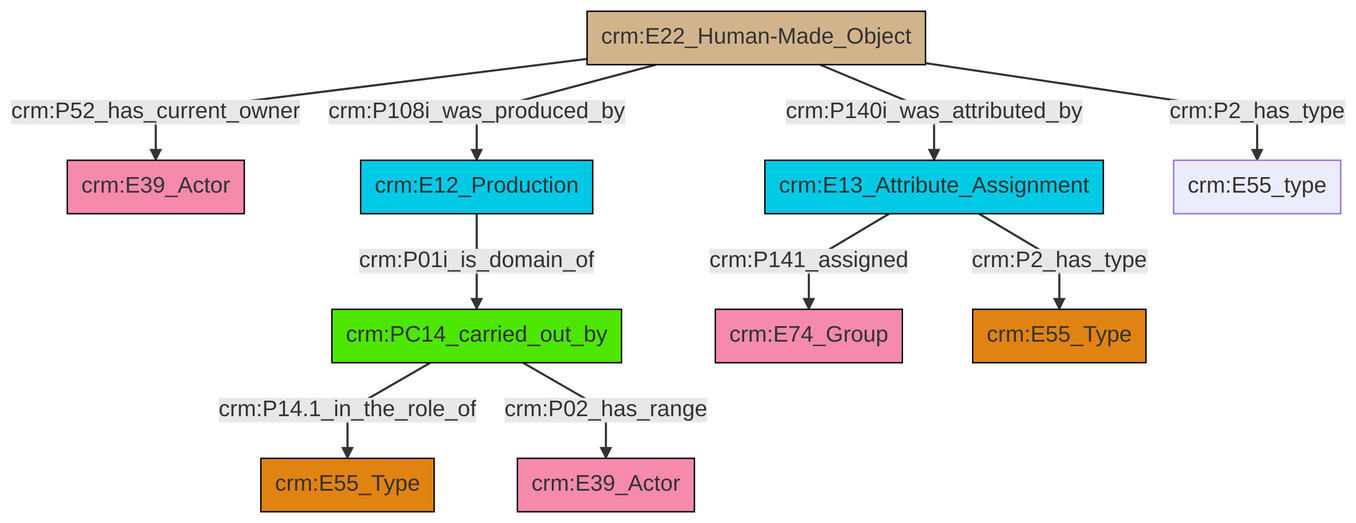
Earlier version of the Mermaid export et/builtWorkCSV/ttl/mmd/png/Built_Work_actor_relations.png (swiss-art-research-net/reference-data-models). Its source is kept beside it as et/builtWorkCSV/ttl/mmd/Built_Work_actor_relations.ttl.mmd.
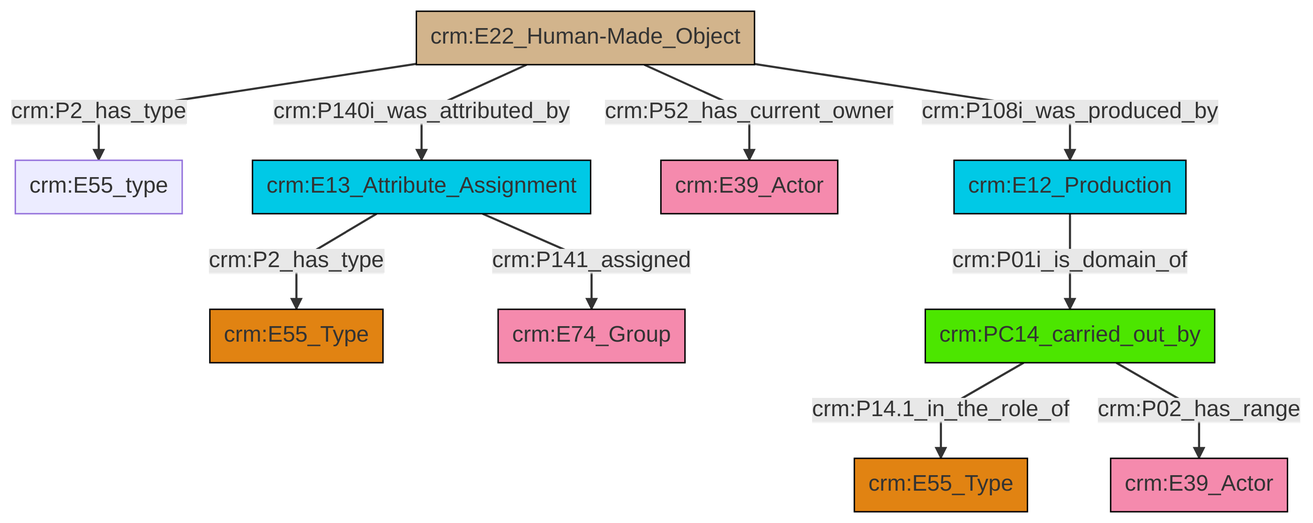
The same diagram one commit later.

What changed in the source:
```diff
@@ -13,12 +13,12 @@
 classDef PC_Classes fill:#4ce600, stroke:#000000;
 classDef Multi fill:#cccccc,stroke:#000000;
 
-0["crm:E22_Human-Made_Object"]:::Physical_Thing -->|crm:P52_has_current_owner| 1["crm:E39_Actor"]:::Actor
-2["crm:PC14_carried_out_by"]:::PC_Classes -->|crm:P14.1_in_the_role_of| 3["crm:E55_Type"]:::Type
-0["crm:E22_Human-Made_Object"]:::Physical_Thing -->|crm:P140i_was_attributed_by| 7["crm:E13_Attribute_Assignment"]:::Temporal_Entity
-7["crm:E13_Attribute_Assignment"]:::Temporal_Entity -->|crm:P141_assigned| 5["crm:E74_Group"]:::Actor
-0["crm:E22_Human-Made_Object"]:::Physical_Thing -->|crm:P108i_was_produced_by| 10["crm:E12_Production"]:::Temporal_Entity
-7["crm:E13_Attribute_Assignment"]:::Temporal_Entity -->|crm:P2_has_type| 14["crm:E55_Type"]:::Type
-0["crm:E22_Human-Made_Object"]:::Physical_Thing -->|crm:P2_has_type| 11["crm:E55_type"]:::Default
-2["crm:PC14_carried_out_by"]:::PC_Classes -->|crm:P02_has_range| 17["crm:E39_Actor"]:::Actor
-10["crm:E12_Production"]:::Temporal_Entity -->|crm:P01i_is_domain_of| 2["crm:PC14_carried_out_by"]:::PC_Classes
+2["crm:E22_Human-Made_Object"]:::Physical_Thing -->|crm:P2_has_type| 3["crm:E55_type"]:::Default
+2["crm:E22_Human-Made_Object"]:::Physical_Thing -->|crm:P140i_was_attributed_by| 4["crm:E13_Attribute_Assignment"]:::Temporal_Entity
+6["crm:PC14_carried_out_by"]:::PC_Classes -->|crm:P14.1_in_the_role_of| 7["crm:E55_Type"]:::Type
+2["crm:E22_Human-Made_Object"]:::Physical_Thing -->|crm:P52_has_current_owner| 9["crm:E39_Actor"]:::Actor
+6["crm:PC14_carried_out_by"]:::PC_Classes -->|crm:P02_has_range| 10["crm:E39_Actor"]:::Actor
+4["crm:E13_Attribute_Assignment"]:::Temporal_Entity -->|crm:P2_has_type| 0["crm:E55_Type"]:::Type
+2["crm:E22_Human-Made_Object"]:::Physical_Thing -->|crm:P108i_was_produced_by| 14["crm:E12_Production"]:::Temporal_Entity
+4["crm:E13_Attribute_Assignment"]:::Temporal_Entity -->|crm:P141_assigned| 16["crm:E74_Group"]:::Actor
+14["crm:E12_Production"]:::Temporal_Entity -->|crm:P01i_is_domain_of| 6["crm:PC14_carried_out_by"]:::PC_Classes
```
